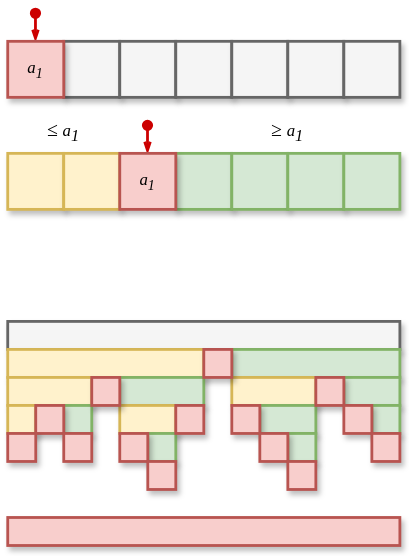
This is applied mathematics/algorithm/assets/quick_sort.svg from Algo2147483647/math_physics, a draw.io export, as it was before one commit. Source tidied: cells renumbered, new cells last; positions are measured from the earlier drawing's top-left corner, leaving out a move shared by most shapes.
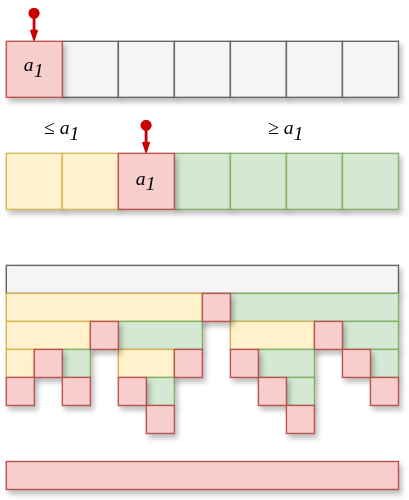
After the change.

Diff of the diagram source:
```diff
@@ -2,151 +2,151 @@
   <root>
     <mxCell id="0" />
     <mxCell id="1" parent="0" />
-    <mxCell id="2" style="rounded=0;whiteSpace=wrap;html=1;strokeWidth=2;fillColor=#f5f5f5;fontColor=#333333;strokeColor=#666666;shadow=1;" parent="1" vertex="1">
-      <mxGeometry x="40" y="20" width="40" height="40" as="geometry" />
+    <mxCell id="2" style="rounded=0;whiteSpace=wrap;html=1;strokeWidth=1;fillColor=#f5f5f5;fontColor=#333333;strokeColor=#666666;shadow=1;" parent="1" vertex="1">
+      <mxGeometry x="40" y="60" width="40" height="40" as="geometry" />
     </mxCell>
-    <mxCell id="3" style="rounded=0;whiteSpace=wrap;html=1;strokeWidth=2;fillColor=#f5f5f5;fontColor=#333333;strokeColor=#666666;shadow=1;" parent="1" vertex="1">
-      <mxGeometry x="80" y="20" width="40" height="40" as="geometry" />
+    <mxCell id="3" style="rounded=0;whiteSpace=wrap;html=1;strokeWidth=1;fillColor=#f5f5f5;fontColor=#333333;strokeColor=#666666;shadow=1;" parent="1" vertex="1">
+      <mxGeometry x="80" y="60" width="40" height="40" as="geometry" />
     </mxCell>
-    <mxCell id="4" style="rounded=0;whiteSpace=wrap;html=1;strokeWidth=2;fillColor=#f5f5f5;fontColor=#333333;strokeColor=#666666;shadow=1;" parent="1" vertex="1">
-      <mxGeometry x="120" y="20" width="40" height="40" as="geometry" />
+    <mxCell id="4" style="rounded=0;whiteSpace=wrap;html=1;strokeWidth=1;fillColor=#f5f5f5;fontColor=#333333;strokeColor=#666666;shadow=1;" parent="1" vertex="1">
+      <mxGeometry x="120" y="60" width="40" height="40" as="geometry" />
     </mxCell>
     <mxCell id="5" style="endArrow=openThin;html=1;rounded=0;entryX=0.5;entryY=0;entryDx=0;entryDy=0;startArrow=oval;startFill=1;strokeWidth=2;fillColor=#f8cecc;strokeColor=#CC0000;endFill=0;endSize=4;" parent="1" edge="1">
       <mxGeometry relative="1" as="geometry">
-        <mxPoint x="19.8" as="sourcePoint" />
-        <mxPoint x="19.8" y="20" as="targetPoint" />
+        <mxPoint x="19.8" y="40" as="sourcePoint" />
+        <mxPoint x="19.8" y="60" as="targetPoint" />
       </mxGeometry>
     </mxCell>
-    <mxCell id="6" style="rounded=0;whiteSpace=wrap;html=1;strokeWidth=2;fillColor=#f5f5f5;fontColor=#333333;strokeColor=#666666;shadow=1;" parent="1" vertex="1">
-      <mxGeometry x="160" y="20" width="40" height="40" as="geometry" />
+    <mxCell id="6" style="rounded=0;whiteSpace=wrap;html=1;strokeWidth=1;fillColor=#f5f5f5;fontColor=#333333;strokeColor=#666666;shadow=1;" parent="1" vertex="1">
+      <mxGeometry x="160" y="60" width="40" height="40" as="geometry" />
     </mxCell>
-    <mxCell id="7" style="rounded=0;whiteSpace=wrap;html=1;strokeWidth=2;fillColor=#f5f5f5;fontColor=#333333;strokeColor=#666666;shadow=1;" parent="1" vertex="1">
-      <mxGeometry x="200" y="20" width="40" height="40" as="geometry" />
+    <mxCell id="7" style="rounded=0;whiteSpace=wrap;html=1;strokeWidth=1;fillColor=#f5f5f5;fontColor=#333333;strokeColor=#666666;shadow=1;" parent="1" vertex="1">
+      <mxGeometry x="200" y="60" width="40" height="40" as="geometry" />
     </mxCell>
-    <mxCell id="8" style="rounded=0;whiteSpace=wrap;html=1;strokeWidth=2;fillColor=#f5f5f5;fontColor=#333333;strokeColor=#666666;shadow=1;" parent="1" vertex="1">
-      <mxGeometry x="240" y="20" width="40" height="40" as="geometry" />
+    <mxCell id="8" style="rounded=0;whiteSpace=wrap;html=1;strokeWidth=1;fillColor=#f5f5f5;fontColor=#333333;strokeColor=#666666;shadow=1;" parent="1" vertex="1">
+      <mxGeometry x="240" y="60" width="40" height="40" as="geometry" />
     </mxCell>
     <mxCell id="9" style="endArrow=openThin;html=1;rounded=0;entryX=0.5;entryY=0;entryDx=0;entryDy=0;startArrow=oval;startFill=1;strokeWidth=2;fillColor=#f8cecc;strokeColor=#CC0000;endFill=0;endSize=4;" parent="1" edge="1">
       <mxGeometry relative="1" as="geometry">
-        <mxPoint x="99.8" y="80" as="sourcePoint" />
-        <mxPoint x="99.8" y="100" as="targetPoint" />
+        <mxPoint x="99.8" y="120" as="sourcePoint" />
+        <mxPoint x="99.8" y="140" as="targetPoint" />
       </mxGeometry>
     </mxCell>
-    <mxCell id="10" style="rounded=0;whiteSpace=wrap;html=1;strokeWidth=2;fillColor=#fff2cc;strokeColor=#d6b656;shadow=1;" parent="1" vertex="1">
-      <mxGeometry y="100" width="40" height="40" as="geometry" />
+    <mxCell id="10" style="rounded=0;whiteSpace=wrap;html=1;strokeWidth=1;fillColor=#fff2cc;strokeColor=#d6b656;shadow=1;" parent="1" vertex="1">
+      <mxGeometry y="140" width="40" height="40" as="geometry" />
     </mxCell>
-    <mxCell id="11" style="rounded=0;whiteSpace=wrap;html=1;strokeWidth=2;fillColor=#fff2cc;strokeColor=#d6b656;shadow=1;" parent="1" vertex="1">
-      <mxGeometry x="40" y="100" width="40" height="40" as="geometry" />
+    <mxCell id="11" style="rounded=0;whiteSpace=wrap;html=1;strokeWidth=1;fillColor=#fff2cc;strokeColor=#d6b656;shadow=1;" parent="1" vertex="1">
+      <mxGeometry x="40" y="140" width="40" height="40" as="geometry" />
     </mxCell>
-    <mxCell id="12" style="rounded=0;whiteSpace=wrap;html=1;strokeWidth=2;fillColor=#d5e8d4;strokeColor=#82b366;shadow=1;" parent="1" vertex="1">
-      <mxGeometry x="120" y="100" width="40" height="40" as="geometry" />
+    <mxCell id="12" style="rounded=0;whiteSpace=wrap;html=1;strokeWidth=1;fillColor=#d5e8d4;strokeColor=#82b366;shadow=1;" parent="1" vertex="1">
+      <mxGeometry x="120" y="140" width="40" height="40" as="geometry" />
     </mxCell>
-    <mxCell id="13" style="rounded=0;whiteSpace=wrap;html=1;strokeWidth=2;fillColor=#d5e8d4;strokeColor=#82b366;shadow=1;" parent="1" vertex="1">
-      <mxGeometry x="160" y="100" width="40" height="40" as="geometry" />
+    <mxCell id="13" style="rounded=0;whiteSpace=wrap;html=1;strokeWidth=1;fillColor=#d5e8d4;strokeColor=#82b366;shadow=1;" parent="1" vertex="1">
+      <mxGeometry x="160" y="140" width="40" height="40" as="geometry" />
     </mxCell>
-    <mxCell id="14" style="rounded=0;whiteSpace=wrap;html=1;strokeWidth=2;fillColor=#d5e8d4;strokeColor=#82b366;shadow=1;" parent="1" vertex="1">
-      <mxGeometry x="200" y="100" width="40" height="40" as="geometry" />
+    <mxCell id="14" style="rounded=0;whiteSpace=wrap;html=1;strokeWidth=1;fillColor=#d5e8d4;strokeColor=#82b366;shadow=1;" parent="1" vertex="1">
+      <mxGeometry x="200" y="140" width="40" height="40" as="geometry" />
     </mxCell>
-    <mxCell id="15" style="rounded=0;whiteSpace=wrap;html=1;strokeWidth=2;fillColor=#d5e8d4;strokeColor=#82b366;shadow=1;" parent="1" vertex="1">
-      <mxGeometry x="240" y="100" width="40" height="40" as="geometry" />
+    <mxCell id="15" style="rounded=0;whiteSpace=wrap;html=1;strokeWidth=1;fillColor=#d5e8d4;strokeColor=#82b366;shadow=1;" parent="1" vertex="1">
+      <mxGeometry x="240" y="140" width="40" height="40" as="geometry" />
     </mxCell>
-    <mxCell id="16" value="≤&amp;nbsp;&lt;span style=&quot;font-size: 12px;&quot;&gt;a&lt;/span&gt;&lt;sub&gt;1&lt;/sub&gt;" style="text;html=1;align=center;verticalAlign=middle;whiteSpace=wrap;rounded=0;fontFamily=Times New Roman;fontStyle=2;fontSize=14;" parent="1" vertex="1">
-      <mxGeometry x="20" y="70" width="40" height="30" as="geometry" />
+    <mxCell id="16" value="≤&amp;nbsp;&lt;span style=&quot;font-size: 14px;&quot;&gt;a&lt;/span&gt;&lt;sub style=&quot;font-size: 14px;&quot;&gt;1&lt;/sub&gt;" style="text;html=1;align=center;verticalAlign=middle;whiteSpace=wrap;rounded=0;fontFamily=Times New Roman;fontStyle=2;fontSize=14;" parent="1" vertex="1">
+      <mxGeometry x="20" y="110" width="40" height="30" as="geometry" />
     </mxCell>
-    <mxCell id="17" value="≥&amp;nbsp;&lt;span style=&quot;font-size: 12px;&quot;&gt;a&lt;/span&gt;&lt;sub&gt;1&lt;/sub&gt;" style="text;html=1;align=center;verticalAlign=middle;whiteSpace=wrap;rounded=0;fontFamily=Times New Roman;fontStyle=2;fontSize=14;" parent="1" vertex="1">
-      <mxGeometry x="180" y="70" width="40" height="30" as="geometry" />
+    <mxCell id="17" value="≥&amp;nbsp;&lt;span style=&quot;font-size: 14px;&quot;&gt;a&lt;/span&gt;&lt;sub style=&quot;font-size: 14px;&quot;&gt;1&lt;/sub&gt;" style="text;html=1;align=center;verticalAlign=middle;whiteSpace=wrap;rounded=0;fontFamily=Times New Roman;fontStyle=2;fontSize=14;" parent="1" vertex="1">
+      <mxGeometry x="180" y="110" width="40" height="30" as="geometry" />
     </mxCell>
-    <mxCell id="18" value="&lt;span style=&quot;font-family: &amp;quot;Times New Roman&amp;quot;; font-style: italic;&quot;&gt;a&lt;/span&gt;&lt;sub style=&quot;font-family: &amp;quot;Times New Roman&amp;quot;; font-style: italic;&quot;&gt;1&lt;/sub&gt;" style="rounded=0;whiteSpace=wrap;html=1;strokeWidth=2;fillColor=#f8cecc;strokeColor=#b85450;shadow=1;" parent="1" vertex="1">
-      <mxGeometry x="80" y="100" width="40" height="40" as="geometry" />
+    <mxCell id="18" value="&lt;span style=&quot;font-family: &amp;quot;Times New Roman&amp;quot;; font-style: italic; font-size: 14px;&quot;&gt;a&lt;/span&gt;&lt;sub style=&quot;font-family: &amp;quot;Times New Roman&amp;quot;; font-style: italic; font-size: 14px;&quot;&gt;1&lt;/sub&gt;" style="rounded=0;whiteSpace=wrap;html=1;strokeWidth=1;fillColor=#f8cecc;strokeColor=#b85450;shadow=1;fontSize=14;" parent="1" vertex="1">
+      <mxGeometry x="80" y="140" width="40" height="40" as="geometry" />
     </mxCell>
-    <mxCell id="19" value="a&lt;sub&gt;1&lt;/sub&gt;" style="rounded=0;whiteSpace=wrap;html=1;strokeWidth=2;fillColor=#f8cecc;strokeColor=#b85450;shadow=1;fontFamily=Times New Roman;fontStyle=2;" parent="1" vertex="1">
-      <mxGeometry y="20" width="40" height="40" as="geometry" />
+    <mxCell id="19" value="a&lt;sub style=&quot;font-size: 14px;&quot;&gt;1&lt;/sub&gt;" style="rounded=0;whiteSpace=wrap;html=1;strokeWidth=1;fillColor=#f8cecc;strokeColor=#b85450;shadow=1;fontFamily=Times New Roman;fontStyle=2;fontSize=14;" parent="1" vertex="1">
+      <mxGeometry y="60" width="40" height="40" as="geometry" />
     </mxCell>
-    <mxCell id="20" style="rounded=0;whiteSpace=wrap;html=1;strokeWidth=2;fillColor=#f5f5f5;fontColor=#333333;strokeColor=#666666;shadow=1;" parent="1" vertex="1">
+    <mxCell id="20" style="rounded=0;whiteSpace=wrap;html=1;strokeWidth=1;fillColor=#f5f5f5;fontColor=#333333;strokeColor=#666666;shadow=1;" parent="1" vertex="1">
       <mxGeometry y="220" width="280" height="20" as="geometry" />
     </mxCell>
-    <mxCell id="21" style="rounded=0;whiteSpace=wrap;html=1;strokeWidth=2;fillColor=#fff2cc;strokeColor=#d6b656;shadow=1;" parent="1" vertex="1">
+    <mxCell id="21" style="rounded=0;whiteSpace=wrap;html=1;strokeWidth=1;fillColor=#fff2cc;strokeColor=#d6b656;shadow=1;" parent="1" vertex="1">
       <mxGeometry y="240" width="140" height="20" as="geometry" />
     </mxCell>
-    <mxCell id="22" style="rounded=0;whiteSpace=wrap;html=1;strokeWidth=2;fillColor=#d5e8d4;strokeColor=#82b366;shadow=1;" parent="1" vertex="1">
+    <mxCell id="22" style="rounded=0;whiteSpace=wrap;html=1;strokeWidth=1;fillColor=#d5e8d4;strokeColor=#82b366;shadow=1;" parent="1" vertex="1">
       <mxGeometry x="160" y="240" width="120" height="20" as="geometry" />
     </mxCell>
-    <mxCell id="23" style="rounded=0;whiteSpace=wrap;html=1;strokeWidth=2;fillColor=#fff2cc;strokeColor=#d6b656;shadow=1;" parent="1" vertex="1">
+    <mxCell id="23" style="rounded=0;whiteSpace=wrap;html=1;strokeWidth=1;fillColor=#fff2cc;strokeColor=#d6b656;shadow=1;" parent="1" vertex="1">
       <mxGeometry y="260" width="60" height="20" as="geometry" />
     </mxCell>
-    <mxCell id="24" style="rounded=0;whiteSpace=wrap;html=1;strokeWidth=2;fillColor=#d5e8d4;strokeColor=#82b366;shadow=1;" parent="1" vertex="1">
+    <mxCell id="24" style="rounded=0;whiteSpace=wrap;html=1;strokeWidth=1;fillColor=#d5e8d4;strokeColor=#82b366;shadow=1;" parent="1" vertex="1">
       <mxGeometry x="80" y="260" width="60" height="20" as="geometry" />
     </mxCell>
-    <mxCell id="25" style="rounded=0;whiteSpace=wrap;html=1;strokeWidth=2;fillColor=#fff2cc;strokeColor=#d6b656;shadow=1;" parent="1" vertex="1">
+    <mxCell id="25" style="rounded=0;whiteSpace=wrap;html=1;strokeWidth=1;fillColor=#fff2cc;strokeColor=#d6b656;shadow=1;" parent="1" vertex="1">
       <mxGeometry x="160" y="260" width="60" height="20" as="geometry" />
     </mxCell>
-    <mxCell id="26" style="rounded=0;whiteSpace=wrap;html=1;strokeWidth=2;fillColor=#d5e8d4;strokeColor=#82b366;shadow=1;" parent="1" vertex="1">
+    <mxCell id="26" style="rounded=0;whiteSpace=wrap;html=1;strokeWidth=1;fillColor=#d5e8d4;strokeColor=#82b366;shadow=1;" parent="1" vertex="1">
       <mxGeometry x="240" y="260" width="40" height="20" as="geometry" />
     </mxCell>
-    <mxCell id="27" style="rounded=0;whiteSpace=wrap;html=1;strokeWidth=2;fillColor=#fff2cc;strokeColor=#d6b656;shadow=1;" parent="1" vertex="1">
+    <mxCell id="27" style="rounded=0;whiteSpace=wrap;html=1;strokeWidth=1;fillColor=#fff2cc;strokeColor=#d6b656;shadow=1;" parent="1" vertex="1">
       <mxGeometry x="80" y="280" width="40" height="20" as="geometry" />
     </mxCell>
-    <mxCell id="28" style="rounded=0;whiteSpace=wrap;html=1;strokeWidth=2;fillColor=#fff2cc;strokeColor=#d6b656;shadow=1;" parent="1" vertex="1">
+    <mxCell id="28" style="rounded=0;whiteSpace=wrap;html=1;strokeWidth=1;fillColor=#fff2cc;strokeColor=#d6b656;shadow=1;" parent="1" vertex="1">
       <mxGeometry y="280" width="20" height="20" as="geometry" />
     </mxCell>
-    <mxCell id="29" style="rounded=0;whiteSpace=wrap;html=1;strokeWidth=2;fillColor=#d5e8d4;strokeColor=#82b366;shadow=1;" parent="1" vertex="1">
+    <mxCell id="29" style="rounded=0;whiteSpace=wrap;html=1;strokeWidth=1;fillColor=#d5e8d4;strokeColor=#82b366;shadow=1;" parent="1" vertex="1">
       <mxGeometry x="40" y="280" width="20" height="20" as="geometry" />
     </mxCell>
-    <mxCell id="30" style="rounded=0;whiteSpace=wrap;html=1;strokeWidth=2;fillColor=#d5e8d4;strokeColor=#82b366;shadow=1;" parent="1" vertex="1">
+    <mxCell id="30" style="rounded=0;whiteSpace=wrap;html=1;strokeWidth=1;fillColor=#d5e8d4;strokeColor=#82b366;shadow=1;" parent="1" vertex="1">
       <mxGeometry x="180" y="280" width="40" height="20" as="geometry" />
     </mxCell>
-    <mxCell id="31" style="rounded=0;whiteSpace=wrap;html=1;strokeWidth=2;fillColor=#d5e8d4;strokeColor=#82b366;shadow=1;" parent="1" vertex="1">
+    <mxCell id="31" style="rounded=0;whiteSpace=wrap;html=1;strokeWidth=1;fillColor=#d5e8d4;strokeColor=#82b366;shadow=1;" parent="1" vertex="1">
       <mxGeometry x="260" y="280" width="20" height="20" as="geometry" />
     </mxCell>
-    <mxCell id="32" style="rounded=0;whiteSpace=wrap;html=1;strokeWidth=2;fillColor=#d5e8d4;strokeColor=#82b366;shadow=1;" parent="1" vertex="1">
+    <mxCell id="32" style="rounded=0;whiteSpace=wrap;html=1;strokeWidth=1;fillColor=#d5e8d4;strokeColor=#82b366;shadow=1;" parent="1" vertex="1">
       <mxGeometry x="100" y="300" width="20" height="20" as="geometry" />
     </mxCell>
-    <mxCell id="33" style="rounded=0;whiteSpace=wrap;html=1;strokeWidth=2;fillColor=#d5e8d4;strokeColor=#82b366;shadow=1;" parent="1" vertex="1">
+    <mxCell id="33" style="rounded=0;whiteSpace=wrap;html=1;strokeWidth=1;fillColor=#d5e8d4;strokeColor=#82b366;shadow=1;" parent="1" vertex="1">
       <mxGeometry x="200" y="300" width="20" height="20" as="geometry" />
     </mxCell>
-    <mxCell id="34" style="rounded=0;whiteSpace=wrap;html=1;strokeWidth=2;fillColor=#f8cecc;strokeColor=#b85450;shadow=1;" parent="1" vertex="1">
+    <mxCell id="34" style="rounded=0;whiteSpace=wrap;html=1;strokeWidth=1;fillColor=#f8cecc;strokeColor=#b85450;shadow=1;" parent="1" vertex="1">
       <mxGeometry y="360" width="280" height="20" as="geometry" />
     </mxCell>
-    <mxCell id="35" style="rounded=0;whiteSpace=wrap;html=1;strokeWidth=2;fillColor=#f8cecc;strokeColor=#b85450;shadow=1;" parent="1" vertex="1">
+    <mxCell id="35" style="rounded=0;whiteSpace=wrap;html=1;strokeWidth=1;fillColor=#f8cecc;strokeColor=#b85450;shadow=1;" parent="1" vertex="1">
       <mxGeometry x="140" y="240" width="20" height="20" as="geometry" />
     </mxCell>
-    <mxCell id="36" style="rounded=0;whiteSpace=wrap;html=1;strokeWidth=2;fillColor=#f8cecc;strokeColor=#b85450;shadow=1;" parent="1" vertex="1">
+    <mxCell id="36" style="rounded=0;whiteSpace=wrap;html=1;strokeWidth=1;fillColor=#f8cecc;strokeColor=#b85450;shadow=1;" parent="1" vertex="1">
       <mxGeometry x="60" y="260" width="20" height="20" as="geometry" />
     </mxCell>
-    <mxCell id="37" style="rounded=0;whiteSpace=wrap;html=1;strokeWidth=2;fillColor=#f8cecc;strokeColor=#b85450;shadow=1;" parent="1" vertex="1">
+    <mxCell id="37" style="rounded=0;whiteSpace=wrap;html=1;strokeWidth=1;fillColor=#f8cecc;strokeColor=#b85450;shadow=1;" parent="1" vertex="1">
       <mxGeometry x="220" y="260" width="20" height="20" as="geometry" />
     </mxCell>
-    <mxCell id="38" style="rounded=0;whiteSpace=wrap;html=1;strokeWidth=2;fillColor=#f8cecc;strokeColor=#b85450;shadow=1;" parent="1" vertex="1">
+    <mxCell id="38" style="rounded=0;whiteSpace=wrap;html=1;strokeWidth=1;fillColor=#f8cecc;strokeColor=#b85450;shadow=1;" parent="1" vertex="1">
       <mxGeometry x="120" y="280" width="20" height="20" as="geometry" />
     </mxCell>
-    <mxCell id="39" style="rounded=0;whiteSpace=wrap;html=1;strokeWidth=2;fillColor=#f8cecc;strokeColor=#b85450;shadow=1;" parent="1" vertex="1">
+    <mxCell id="39" style="rounded=0;whiteSpace=wrap;html=1;strokeWidth=1;fillColor=#f8cecc;strokeColor=#b85450;shadow=1;" parent="1" vertex="1">
       <mxGeometry x="20" y="280" width="20" height="20" as="geometry" />
     </mxCell>
-    <mxCell id="40" style="rounded=0;whiteSpace=wrap;html=1;strokeWidth=2;fillColor=#f8cecc;strokeColor=#b85450;shadow=1;" parent="1" vertex="1">
+    <mxCell id="40" style="rounded=0;whiteSpace=wrap;html=1;strokeWidth=1;fillColor=#f8cecc;strokeColor=#b85450;shadow=1;" parent="1" vertex="1">
       <mxGeometry x="160" y="280" width="20" height="20" as="geometry" />
     </mxCell>
-    <mxCell id="41" style="rounded=0;whiteSpace=wrap;html=1;strokeWidth=2;fillColor=#f8cecc;strokeColor=#b85450;shadow=1;" parent="1" vertex="1">
+    <mxCell id="41" style="rounded=0;whiteSpace=wrap;html=1;strokeWidth=1;fillColor=#f8cecc;strokeColor=#b85450;shadow=1;" parent="1" vertex="1">
       <mxGeometry y="300" width="20" height="20" as="geometry" />
     </mxCell>
-    <mxCell id="42" style="rounded=0;whiteSpace=wrap;html=1;strokeWidth=2;fillColor=#f8cecc;strokeColor=#b85450;shadow=1;" parent="1" vertex="1">
+    <mxCell id="42" style="rounded=0;whiteSpace=wrap;html=1;strokeWidth=1;fillColor=#f8cecc;strokeColor=#b85450;shadow=1;" parent="1" vertex="1">
       <mxGeometry x="40" y="300" width="20" height="20" as="geometry" />
     </mxCell>
-    <mxCell id="43" style="rounded=0;whiteSpace=wrap;html=1;strokeWidth=2;fillColor=#f8cecc;strokeColor=#b85450;shadow=1;" parent="1" vertex="1">
+    <mxCell id="43" style="rounded=0;whiteSpace=wrap;html=1;strokeWidth=1;fillColor=#f8cecc;strokeColor=#b85450;shadow=1;" parent="1" vertex="1">
       <mxGeometry x="80" y="300" width="20" height="20" as="geometry" />
     </mxCell>
-    <mxCell id="44" style="rounded=0;whiteSpace=wrap;html=1;strokeWidth=2;fillColor=#f8cecc;strokeColor=#b85450;shadow=1;" parent="1" vertex="1">
+    <mxCell id="44" style="rounded=0;whiteSpace=wrap;html=1;strokeWidth=1;fillColor=#f8cecc;strokeColor=#b85450;shadow=1;" parent="1" vertex="1">
       <mxGeometry x="180" y="300" width="20" height="20" as="geometry" />
     </mxCell>
-    <mxCell id="45" style="rounded=0;whiteSpace=wrap;html=1;strokeWidth=2;fillColor=#f8cecc;strokeColor=#b85450;shadow=1;" parent="1" vertex="1">
+    <mxCell id="45" style="rounded=0;whiteSpace=wrap;html=1;strokeWidth=1;fillColor=#f8cecc;strokeColor=#b85450;shadow=1;" parent="1" vertex="1">
       <mxGeometry x="200" y="320" width="20" height="20" as="geometry" />
     </mxCell>
-    <mxCell id="46" style="rounded=0;whiteSpace=wrap;html=1;strokeWidth=2;fillColor=#f8cecc;strokeColor=#b85450;shadow=1;" parent="1" vertex="1">
+    <mxCell id="46" style="rounded=0;whiteSpace=wrap;html=1;strokeWidth=1;fillColor=#f8cecc;strokeColor=#b85450;shadow=1;" parent="1" vertex="1">
       <mxGeometry x="100" y="320" width="20" height="20" as="geometry" />
     </mxCell>
-    <mxCell id="47" style="rounded=0;whiteSpace=wrap;html=1;strokeWidth=2;fillColor=#f8cecc;strokeColor=#b85450;shadow=1;" parent="1" vertex="1">
+    <mxCell id="47" style="rounded=0;whiteSpace=wrap;html=1;strokeWidth=1;fillColor=#f8cecc;strokeColor=#b85450;shadow=1;" parent="1" vertex="1">
       <mxGeometry x="240" y="280" width="20" height="20" as="geometry" />
     </mxCell>
-    <mxCell id="48" style="rounded=0;whiteSpace=wrap;html=1;strokeWidth=2;fillColor=#f8cecc;strokeColor=#b85450;shadow=1;" parent="1" vertex="1">
+    <mxCell id="48" style="rounded=0;whiteSpace=wrap;html=1;strokeWidth=1;fillColor=#f8cecc;strokeColor=#b85450;shadow=1;" parent="1" vertex="1">
       <mxGeometry x="260" y="300" width="20" height="20" as="geometry" />
     </mxCell>
   </root>
```
